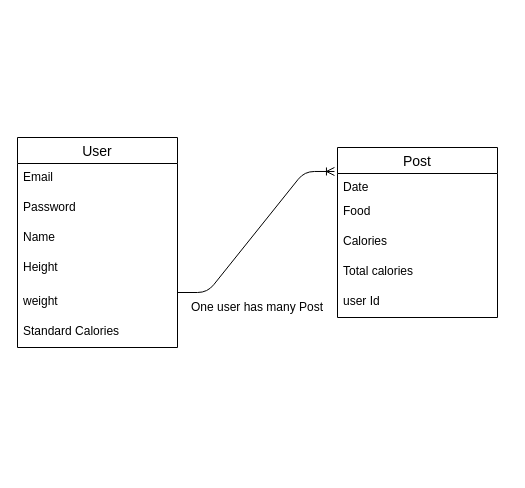
The draw.io diagram Untitled Diagram.drawio in akhuh213/How-to-make-node, before the edit. Source tidied: cells renumbered, new cells numbered last; positions are measured from the earlier drawing's top-left corner, leaving out a move shared by most shapes. Both pictures are drawn from the tidied source at 100%, with x=0, y=0 at pixel (17, 137).
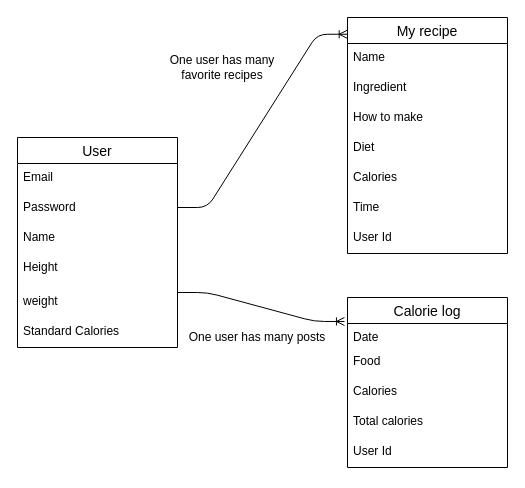
Above is the later version.

Commit message:
Calorie tracker ERD update

The edit, as a diff of the source:
```diff
@@
+    <mxCell id="15" style="edgeStyle=entityRelationEdgeStyle;fontSize=12;html=1;endArrow=ERoneToMany;entryX=-0.019;entryY=0.141;entryDx=0;entryDy=0;entryPerimeter=0;" parent="1" edge="1" target="9">
+      <mxGeometry relative="1" as="geometry">
+        <mxPoint x="160" y="155" as="sourcePoint" />
+      </mxGeometry>
+    </mxCell>
+    <mxCell id="16" value="One user has many posts" style="text;html=1;strokeColor=none;fillColor=none;align=center;verticalAlign=middle;whiteSpace=wrap;rounded=0;" parent="1" vertex="1">
+      <mxGeometry x="170" y="190" width="140" height="20" as="geometry" />
+    </mxCell>
+    <mxCell id="17" style="edgeStyle=entityRelationEdgeStyle;fontSize=12;html=1;endArrow=ERoneToMany;entryX=-0.002;entryY=0.071;entryDx=0;entryDy=0;entryPerimeter=0;" parent="1" edge="1" target="18">
+      <mxGeometry relative="1" as="geometry">
+        <mxPoint x="160" y="70" as="sourcePoint" />
+      </mxGeometry>
+    </mxCell>
-    <mxCell id="9" value="Post" style="swimlane;fontStyle=0;horizontal=1;startSize=26;align=center;fontSize=14;" parent="1" vertex="1">
-      <mxGeometry x="320" y="10" width="160" height="170" as="geometry" />
+    <mxCell id="9" value="Calorie log" style="swimlane;fontStyle=0;horizontal=1;startSize=26;align=center;fontSize=14;" parent="1" vertex="1">
+      <mxGeometry x="330" y="160" width="160" height="170" as="geometry" />
     </mxCell>
@@
-    <mxCell id="14" value="user Id " style="text;strokeColor=none;fillColor=none;spacingLeft=4;spacingRight=4;overflow=hidden;fontSize=12;" parent="9" vertex="1">
+    <mxCell id="14" value="User Id " style="text;strokeColor=none;fillColor=none;spacingLeft=4;spacingRight=4;overflow=hidden;fontSize=12;" parent="9" vertex="1">
       <mxGeometry y="140" width="160" height="30" as="geometry" />
     </mxCell>
-    <mxCell id="15" style="edgeStyle=entityRelationEdgeStyle;fontSize=12;html=1;endArrow=ERoneToMany;entryX=-0.019;entryY=0.141;entryDx=0;entryDy=0;entryPerimeter=0;" parent="1" edge="1" target="9">
-      <mxGeometry relative="1" as="geometry">
-        <mxPoint x="160" y="155" as="sourcePoint" />
-      </mxGeometry>
-    </mxCell>
-    <mxCell id="16" value="One user has many Post" style="text;html=1;strokeColor=none;fillColor=none;align=center;verticalAlign=middle;whiteSpace=wrap;rounded=0;" parent="1" vertex="1">
-      <mxGeometry x="170" y="160" width="140" height="20" as="geometry" />
-    </mxCell>
+    <mxCell id="18" value="My recipe" style="swimlane;fontStyle=0;horizontal=1;startSize=26;align=center;fontSize=14;" parent="1" vertex="1">
+      <mxGeometry x="330" y="-120" width="160" height="236" as="geometry" />
+    </mxCell>
+    <mxCell id="19" value="Name" style="text;strokeColor=none;fillColor=none;spacingLeft=4;spacingRight=4;overflow=hidden;fontSize=12;" parent="18" vertex="1">
+      <mxGeometry y="26" width="160" height="30" as="geometry" />
+    </mxCell>
+    <mxCell id="20" value="Ingredient" style="text;strokeColor=none;fillColor=none;spacingLeft=4;spacingRight=4;overflow=hidden;fontSize=12;" parent="18" vertex="1">
+      <mxGeometry y="56" width="160" height="30" as="geometry" />
+    </mxCell>
+    <mxCell id="21" value="How to make" style="text;strokeColor=none;fillColor=none;spacingLeft=4;spacingRight=4;overflow=hidden;fontSize=12;" parent="18" vertex="1">
+      <mxGeometry y="86" width="160" height="30" as="geometry" />
+    </mxCell>
+    <mxCell id="22" value="Diet" style="text;strokeColor=none;fillColor=none;spacingLeft=4;spacingRight=4;overflow=hidden;fontSize=12;" parent="18" vertex="1">
+      <mxGeometry y="116" width="160" height="30" as="geometry" />
+    </mxCell>
+    <mxCell id="23" value="Calories" style="text;strokeColor=none;fillColor=none;spacingLeft=4;spacingRight=4;overflow=hidden;fontSize=12;" parent="18" vertex="1">
+      <mxGeometry y="146" width="160" height="30" as="geometry" />
+    </mxCell>
+    <mxCell id="24" value="Time" style="text;strokeColor=none;fillColor=none;spacingLeft=4;spacingRight=4;overflow=hidden;fontSize=12;" parent="18" vertex="1">
+      <mxGeometry y="176" width="160" height="30" as="geometry" />
+    </mxCell>
+    <mxCell id="25" value="User Id" style="text;strokeColor=none;fillColor=none;spacingLeft=4;spacingRight=4;overflow=hidden;fontSize=12;" parent="18" vertex="1">
+      <mxGeometry y="206" width="160" height="30" as="geometry" />
+    </mxCell>
+    <mxCell id="26" value="One user has many favorite recipes&lt;br&gt;" style="text;html=1;strokeColor=none;fillColor=none;align=center;verticalAlign=middle;whiteSpace=wrap;rounded=0;" parent="1" vertex="1">
+      <mxGeometry x="150" y="-80" width="110" height="20" as="geometry" />
+    </mxCell>
```
